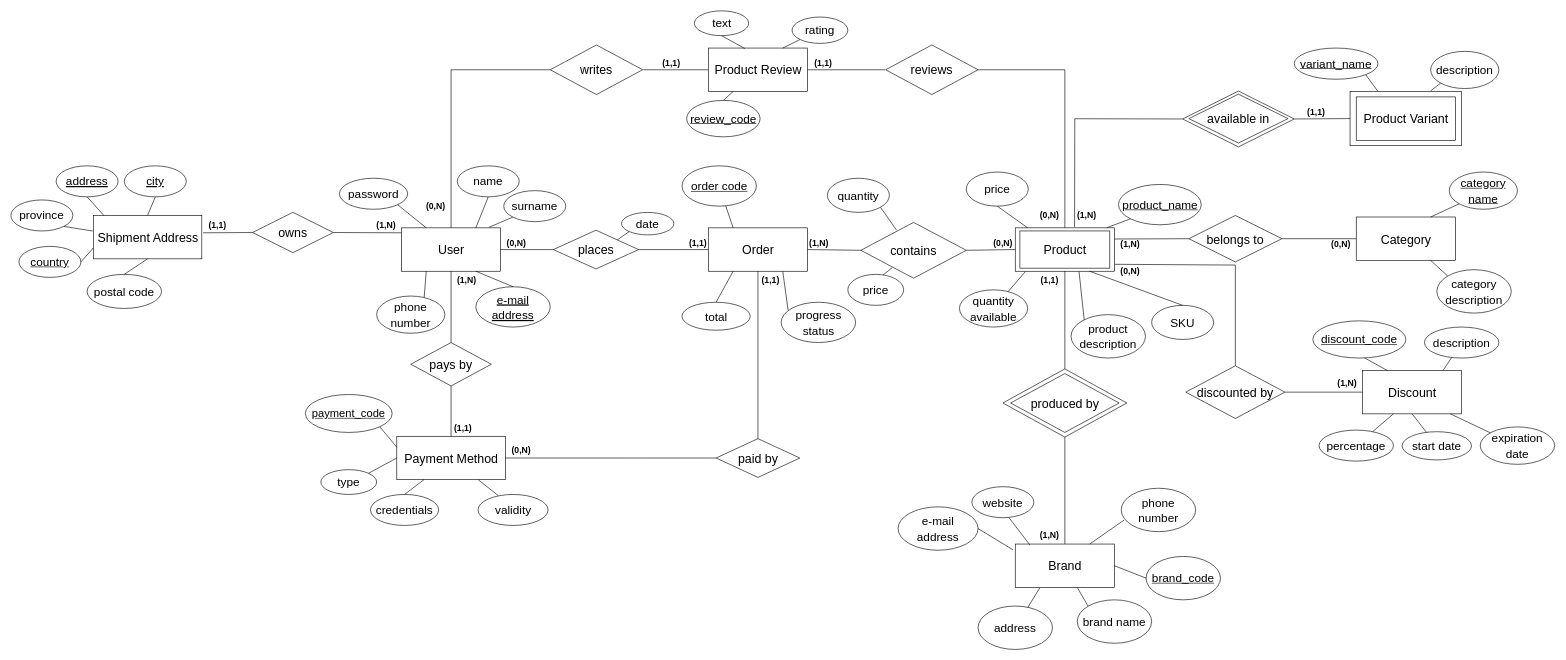
The draw.io diagram documentation/database/ER.drawio in Tecnologie-Del-Web/Project, before the edit. Source tidied: cells renumbered, new cells numbered last; positions are measured from the earlier drawing's top-left corner, leaving out a move shared by most shapes. Both pictures are drawn from the tidied source at 62%, with x=0, y=0 at pixel (11, 11).
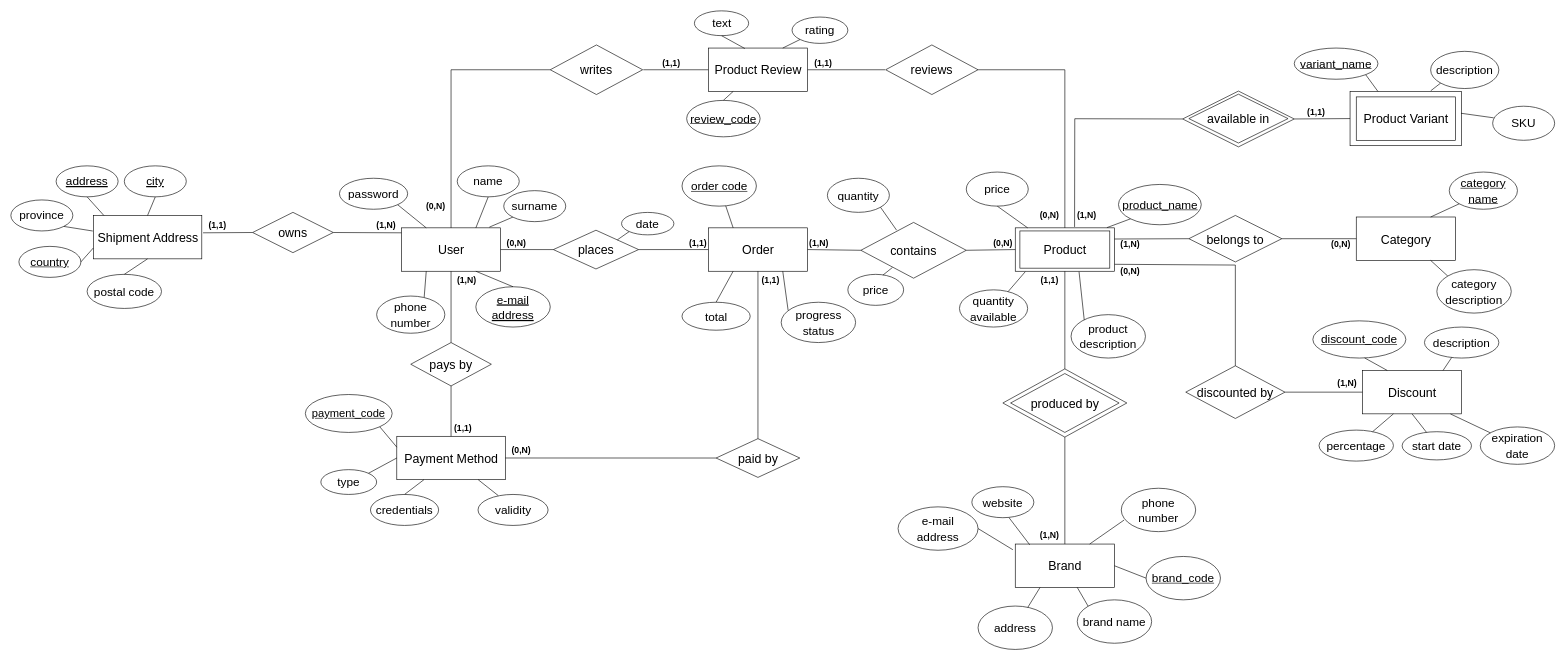
The same diagram, later.

Unchanged cells that the change refers to:
```xml
<mxCell id="6" value="&lt;font style=&quot;font-size: 20px;&quot;&gt;Product&lt;/font&gt;" style="html=1;dashed=0;whitespace=wrap;" parent="1" vertex="1">
  <mxGeometry x="1620" y="350" width="160" height="70" as="geometry" />
</mxCell>
<mxCell id="149" style="rounded=0;whiteSpace=wrap;html=1;gradientColor=default;fillColor=none;" parent="1" vertex="1">
  <mxGeometry x="2160" y="130" width="180" height="87.5" as="geometry" />
</mxCell>
```

Diff of the diagram source:
```diff
@@
     <mxCell id="155" value="&lt;span style=&quot;font-size: 19px;&quot;&gt;SKU&lt;br&gt;&lt;/span&gt;" style="ellipse;whiteSpace=wrap;html=1;fontSize=20;" parent="1" vertex="1">
-      <mxGeometry x="1840" y="475" width="100" height="55" as="geometry" />
+      <mxGeometry x="2390" y="153.8" width="100" height="55" as="geometry" />
     </mxCell>
-    <mxCell id="156" style="endArrow=none;html=1;rounded=0;exitX=0.75;exitY=1;exitDx=0;exitDy=0;entryX=0.5;entryY=0;entryDx=0;entryDy=0;" parent="1" edge="1" source="6" target="155">
+    <mxCell id="156" style="endArrow=none;html=1;rounded=0;exitX=0.994;exitY=0.402;exitDx=0;exitDy=0;entryX=0.017;entryY=0.341;entryDx=0;entryDy=0;entryPerimeter=0;exitPerimeter=0;" parent="1" edge="1" source="149" target="155">
       <mxGeometry relative="1" as="geometry" />
     </mxCell>
```
